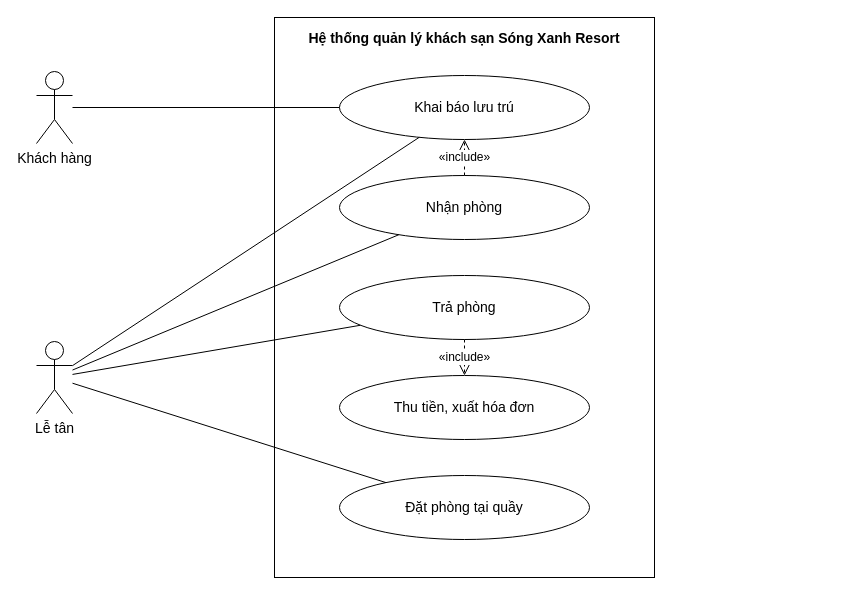
Above: docs/use-case/uc3-nhan-tra-phong.drawio in ngynquchn2511/beach-hotel (draw.io), before the change. Source tidied: cells renumbered, new cells numbered last; positions are measured from the earlier drawing's top-left corner, leaving out a move shared by most shapes. Both pictures are drawn from the tidied source at 100%, with x=0, y=0 at pixel (36, 17).
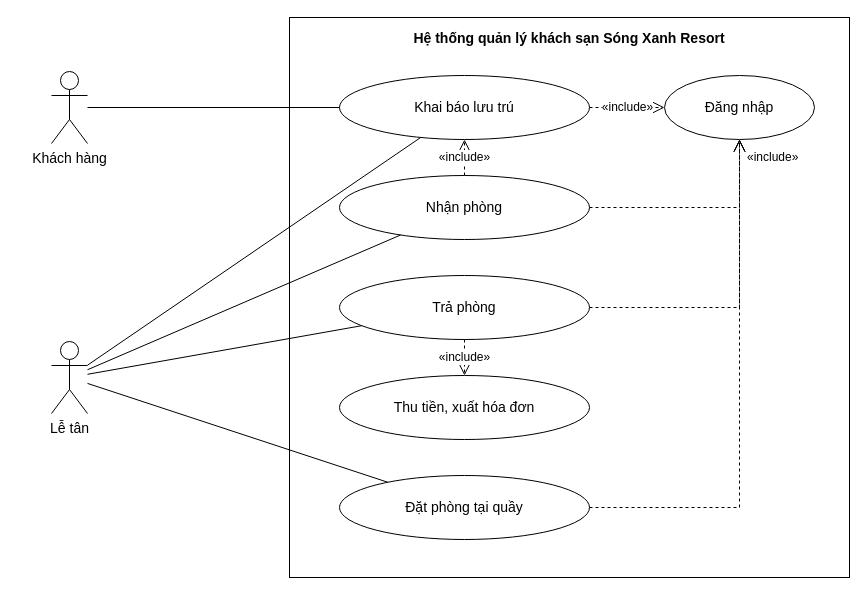
Above is the later version.

Unchanged cells that the change refers to:
```xml
<mxCell id="3" value="Khai báo lưu trú" style="fontFamily=Arial;fontColor=#000000;ellipse;whiteSpace=wrap;html=1;fillColor=#FFFFFF;strokeColor=#000000;fontSize=14;" parent="1" vertex="1">
  <mxGeometry x="303" y="58" width="250" height="64" as="geometry" />
</mxCell>
<mxCell id="4" value="Nhận phòng" style="fontFamily=Arial;fontColor=#000000;ellipse;whiteSpace=wrap;html=1;fillColor=#FFFFFF;strokeColor=#000000;fontSize=14;" parent="1" vertex="1">
  <mxGeometry x="303" y="158" width="250" height="64" as="geometry" />
</mxCell>
<mxCell id="5" value="Trả phòng" style="fontFamily=Arial;fontColor=#000000;ellipse;whiteSpace=wrap;html=1;fillColor=#FFFFFF;strokeColor=#000000;fontSize=14;" parent="1" vertex="1">
  <mxGeometry x="303" y="258" width="250" height="64" as="geometry" />
</mxCell>
<mxCell id="6" value="Thu tiền, xuất hóa đơn" style="fontFamily=Arial;fontColor=#000000;ellipse;whiteSpace=wrap;html=1;fillColor=#FFFFFF;strokeColor=#000000;fontSize=14;" parent="1" vertex="1">
  <mxGeometry x="303" y="358" width="250" height="64" as="geometry" />
</mxCell>
<mxCell id="7" value="Đặt phòng tại quầy" style="fontFamily=Arial;fontColor=#000000;ellipse;whiteSpace=wrap;html=1;fillColor=#FFFFFF;strokeColor=#000000;fontSize=14;" parent="1" vertex="1">
  <mxGeometry x="303" y="458" width="250" height="64" as="geometry" />
</mxCell>
```

Change to the diagram source:
```diff
@@
     <mxCell id="2" value="Hệ thống quản lý khách sạn Sóng Xanh Resort" style="fontFamily=Arial;fontColor=#000000;rounded=0;whiteSpace=wrap;html=1;verticalAlign=top;fontStyle=1;fontSize=14;fillColor=none;strokeColor=#000000;spacingTop=6;" parent="1" vertex="1">
-      <mxGeometry x="238" width="380" height="560" as="geometry" />
+      <mxGeometry x="253" width="560" height="560" as="geometry" />
     </mxCell>
@@
-    <mxCell id="8" value="Khách hàng" style="fontFamily=Arial;fontColor=#000000;shape=umlActor;verticalLabelPosition=bottom;verticalAlign=top;html=1;outlineConnect=0;fillColor=#FFFFFF;strokeColor=#000000;fontSize=14;" parent="1" vertex="1">
-      <mxGeometry y="54" width="36" height="72" as="geometry" />
+    <mxCell id="8" value="Đăng nhập" style="fontFamily=Arial;fontColor=#000000;ellipse;whiteSpace=wrap;html=1;fillColor=#FFFFFF;strokeColor=#000000;fontSize=14;" parent="1" vertex="1">
+      <mxGeometry x="628" y="58" width="150" height="64" as="geometry" />
     </mxCell>
-    <mxCell id="9" value="Lễ tân" style="fontFamily=Arial;fontColor=#000000;shape=umlActor;verticalLabelPosition=bottom;verticalAlign=top;html=1;outlineConnect=0;fillColor=#FFFFFF;strokeColor=#000000;fontSize=14;" parent="1" vertex="1">
-      <mxGeometry y="324" width="36" height="72" as="geometry" />
-    </mxCell>
+    <mxCell id="17" value="«include»" style="fontFamily=Arial;fontColor=#000000;endArrow=open;endSize=10;dashed=1;html=1;strokeColor=#000000;rounded=0;fontSize=12;labelBackgroundColor=#FFFFFF;exitX=1;exitY=0.5;exitDx=0;exitDy=0;exitPerimeter=0;entryX=0;entryY=0.5;entryDx=0;entryDy=0;entryPerimeter=0;" parent="1" edge="1" source="3" target="8">
+      <mxGeometry relative="1" as="geometry" />
+    </mxCell>
-    <mxCell id="10" style="fontFamily=Arial;fontColor=#000000;endArrow=none;html=1;strokeColor=#000000;rounded=0;" parent="1" edge="1" source="8" target="3">
-      <mxGeometry relative="1" as="geometry" />
+    <mxCell id="10" style="fontFamily=Arial;fontColor=#000000;endArrow=open;endSize=10;dashed=1;html=1;strokeColor=#000000;rounded=0;fontSize=12;labelBackgroundColor=#FFFFFF;exitX=1;exitY=0.5;exitDx=0;exitDy=0;exitPerimeter=0;entryX=0.5;entryY=1;entryDx=0;entryDy=0;entryPerimeter=0;" parent="1" edge="1" source="4" target="8">
+      <mxGeometry relative="1" as="geometry">
+        <Array as="points">
+          <mxPoint x="703" y="190" />
+        </Array>
+      </mxGeometry>
     </mxCell>
-    <mxCell id="11" style="fontFamily=Arial;fontColor=#000000;endArrow=none;html=1;strokeColor=#000000;rounded=0;" parent="1" edge="1" source="9" target="3">
-      <mxGeometry relative="1" as="geometry" />
+    <mxCell id="11" style="fontFamily=Arial;fontColor=#000000;endArrow=open;endSize=10;dashed=1;html=1;strokeColor=#000000;rounded=0;fontSize=12;labelBackgroundColor=#FFFFFF;exitX=1;exitY=0.5;exitDx=0;exitDy=0;exitPerimeter=0;entryX=0.5;entryY=1;entryDx=0;entryDy=0;entryPerimeter=0;" parent="1" edge="1" source="5" target="8">
+      <mxGeometry relative="1" as="geometry">
+        <Array as="points">
+          <mxPoint x="703" y="290" />
+        </Array>
+      </mxGeometry>
     </mxCell>
-    <mxCell id="12" style="fontFamily=Arial;fontColor=#000000;endArrow=none;html=1;strokeColor=#000000;rounded=0;" parent="1" edge="1" source="9" target="4">
-      <mxGeometry relative="1" as="geometry" />
+    <mxCell id="12" style="fontFamily=Arial;fontColor=#000000;endArrow=open;endSize=10;dashed=1;html=1;strokeColor=#000000;rounded=0;fontSize=12;labelBackgroundColor=#FFFFFF;exitX=1;exitY=0.5;exitDx=0;exitDy=0;exitPerimeter=0;entryX=0.5;entryY=1;entryDx=0;entryDy=0;entryPerimeter=0;" parent="1" edge="1" source="7" target="8">
+      <mxGeometry relative="1" as="geometry">
+        <Array as="points">
+          <mxPoint x="703" y="490" />
+        </Array>
+      </mxGeometry>
     </mxCell>
+    <mxCell id="18" value="«include»" style="fontFamily=Arial;fontColor=#000000;text;html=1;align=left;verticalAlign=middle;fontSize=12;strokeColor=none;fillColor=none;" parent="1" vertex="1">
+      <mxGeometry x="709" y="130" width="80" height="20" as="geometry" />
+    </mxCell>
+    <mxCell id="19" value="Khách hàng" style="fontFamily=Arial;fontColor=#000000;shape=umlActor;verticalLabelPosition=bottom;verticalAlign=top;html=1;outlineConnect=0;fillColor=#FFFFFF;strokeColor=#000000;fontSize=14;" parent="1" vertex="1">
+      <mxGeometry x="15" y="54" width="36" height="72" as="geometry" />
+    </mxCell>
+    <mxCell id="9" value="Lễ tân" style="fontFamily=Arial;fontColor=#000000;shape=umlActor;verticalLabelPosition=bottom;verticalAlign=top;html=1;outlineConnect=0;fillColor=#FFFFFF;strokeColor=#000000;fontSize=14;" parent="1" vertex="1">
+      <mxGeometry x="15" y="324" width="36" height="72" as="geometry" />
+    </mxCell>
+    <mxCell id="16" style="fontFamily=Arial;fontColor=#000000;endArrow=none;html=1;strokeColor=#000000;rounded=0;" parent="1" edge="1" source="19" target="3">
+      <mxGeometry relative="1" as="geometry" />
+    </mxCell>
+    <mxCell id="20" style="fontFamily=Arial;fontColor=#000000;endArrow=none;html=1;strokeColor=#000000;rounded=0;" parent="1" edge="1" source="9" target="3">
+      <mxGeometry relative="1" as="geometry" />
+    </mxCell>
+    <mxCell id="21" style="fontFamily=Arial;fontColor=#000000;endArrow=none;html=1;strokeColor=#000000;rounded=0;" parent="1" edge="1" source="9" target="4">
+      <mxGeometry relative="1" as="geometry" />
+    </mxCell>
@@
-    <mxCell id="16" value="«include»" style="fontFamily=Arial;fontColor=#000000;endArrow=open;endSize=10;dashed=1;html=1;strokeColor=#000000;rounded=0;fontSize=12;labelBackgroundColor=#FFFFFF;exitX=0.5;exitY=1;exitDx=0;exitDy=0;exitPerimeter=0;entryX=0.5;entryY=0;entryDx=0;entryDy=0;entryPerimeter=0;" parent="1" edge="1" source="5" target="6">
-      <mxGeometry relative="1" as="geometry" />
-    </mxCell>
+    <mxCell id="22" value="«include»" style="fontFamily=Arial;fontColor=#000000;endArrow=open;endSize=10;dashed=1;html=1;strokeColor=#000000;rounded=0;fontSize=12;labelBackgroundColor=#FFFFFF;exitX=0.5;exitY=1;exitDx=0;exitDy=0;exitPerimeter=0;entryX=0.5;entryY=0;entryDx=0;entryDy=0;entryPerimeter=0;" parent="1" edge="1" source="5" target="6">
+      <mxGeometry relative="1" as="geometry" />
+    </mxCell>
```
